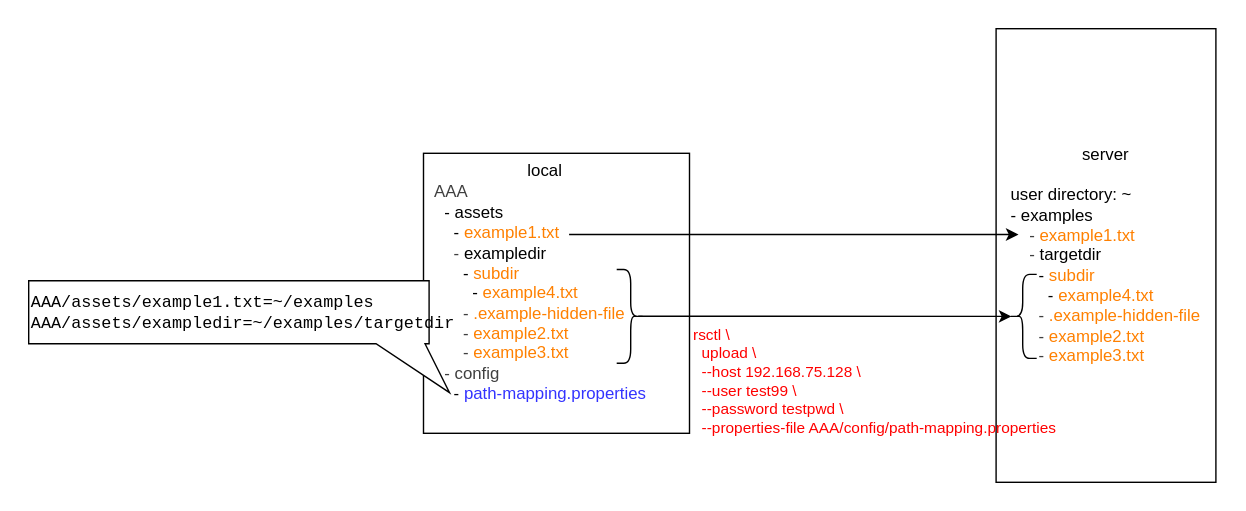
Earlier version of the draw.io export docs/assets/cmd/upload.svg (saidake/rhctl). Source tidied: cells renumbered, new cells last; positions are measured from the earlier drawing's top-left corner, leaving out a move shared by most shapes. The source it was exported from:
```xml
<mxGraphModel background="#FFFFFF">
  <root>
    <mxCell id="0" />
    <mxCell id="1" parent="0" />
    <mxCell id="2" value="&lt;span style=&quot;color: rgb(0, 0, 0);&quot;&gt;server&lt;/span&gt;&lt;div style=&quot;text-align: left;&quot;&gt;&lt;br&gt;&lt;/div&gt;&lt;div style=&quot;text-align: left;&quot;&gt;user directory: ~&lt;/div&gt;&lt;div&gt;&lt;div style=&quot;text-align: left;&quot;&gt;&lt;span style=&quot;background-color: transparent;&quot;&gt;- &lt;font style=&quot;color: rgb(0, 0, 0);&quot;&gt;examples&lt;/font&gt;&lt;/span&gt;&lt;/div&gt;&lt;div style=&quot;text-align: left;&quot;&gt;&lt;span style=&quot;background-color: transparent;&quot;&gt;&amp;nbsp; &amp;nbsp;&amp;nbsp;&lt;/span&gt;&lt;span style=&quot;color: rgb(63, 63, 63);&quot;&gt;-&amp;nbsp;&lt;/span&gt;&lt;span style=&quot;background-color: transparent;&quot;&gt;&lt;font style=&quot;color: rgb(255, 128, 0);&quot;&gt;example1.txt&lt;/font&gt;&lt;/span&gt;&lt;/div&gt;&lt;div style=&quot;text-align: left;&quot;&gt;&lt;span style=&quot;background-color: transparent;&quot;&gt;&lt;font style=&quot;color: rgb(255, 128, 0);&quot;&gt;&amp;nbsp; &amp;nbsp;&amp;nbsp;&lt;/font&gt;&lt;/span&gt;&lt;span style=&quot;color: rgb(63, 63, 63);&quot;&gt;-&amp;nbsp;&lt;/span&gt;&lt;span style=&quot;background-color: transparent;&quot;&gt;&lt;font style=&quot;color: rgb(0, 0, 0);&quot;&gt;targetdir&lt;/font&gt;&lt;/span&gt;&lt;/div&gt;&lt;/div&gt;&lt;div style=&quot;text-align: left;&quot;&gt;&lt;div style=&quot;color: rgb(63, 63, 63); scrollbar-color: rgb(226, 226, 226) rgb(251, 251, 251);&quot;&gt;&lt;span style=&quot;color: rgb(63, 63, 63); scrollbar-color: rgb(226, 226, 226) rgb(251, 251, 251); background-color: transparent;&quot;&gt;&lt;font style=&quot;scrollbar-color: rgb(226, 226, 226) rgb(251, 251, 251); color: rgb(0, 0, 0);&quot;&gt;&amp;nbsp; &amp;nbsp; &amp;nbsp; -&amp;nbsp;&lt;/font&gt;&lt;font style=&quot;scrollbar-color: rgb(226, 226, 226) rgb(251, 251, 251); color: rgb(255, 128, 0);&quot;&gt;subdir&lt;/font&gt;&lt;/span&gt;&lt;/div&gt;&lt;div style=&quot;color: rgb(63, 63, 63); scrollbar-color: rgb(226, 226, 226) rgb(251, 251, 251);&quot;&gt;&lt;span style=&quot;color: rgb(63, 63, 63); scrollbar-color: rgb(226, 226, 226) rgb(251, 251, 251); background-color: transparent;&quot;&gt;&lt;font style=&quot;scrollbar-color: rgb(226, 226, 226) rgb(251, 251, 251); color: rgb(0, 0, 0);&quot;&gt;&amp;nbsp; &amp;nbsp; &amp;nbsp; &amp;nbsp; -&amp;nbsp;&lt;/font&gt;&lt;font style=&quot;scrollbar-color: rgb(226, 226, 226) rgb(251, 251, 251); color: rgb(255, 128, 0);&quot;&gt;example4.txt&lt;/font&gt;&lt;/span&gt;&lt;/div&gt;&lt;div style=&quot;scrollbar-color: rgb(226, 226, 226) rgb(251, 251, 251);&quot;&gt;&lt;span style=&quot;color: rgb(63, 63, 63); scrollbar-color: rgb(226, 226, 226) rgb(251, 251, 251);&quot;&gt;&amp;nbsp; &amp;nbsp; &amp;nbsp; -&lt;/span&gt;&lt;span style=&quot;color: rgb(63, 63, 63); scrollbar-color: rgb(226, 226, 226) rgb(251, 251, 251); background-color: transparent;&quot;&gt;&amp;nbsp;&lt;/span&gt;&lt;span style=&quot;scrollbar-color: rgb(226, 226, 226) rgb(251, 251, 251); background-color: transparent; color: rgb(63, 63, 63);&quot;&gt;&lt;font style=&quot;color: rgb(255, 128, 0);&quot;&gt;.example-hidden-file&lt;/font&gt;&lt;/span&gt;&lt;/div&gt;&lt;div style=&quot;scrollbar-color: rgb(226, 226, 226) rgb(251, 251, 251);&quot;&gt;&lt;span style=&quot;color: rgb(63, 63, 63); scrollbar-color: rgb(226, 226, 226) rgb(251, 251, 251); background-color: transparent;&quot;&gt;&amp;nbsp; &amp;nbsp; &amp;nbsp; -&amp;nbsp;&lt;/span&gt;&lt;span style=&quot;scrollbar-color: rgb(226, 226, 226) rgb(251, 251, 251); background-color: transparent;&quot;&gt;&lt;font style=&quot;color: rgb(255, 128, 0);&quot;&gt;example2.txt&lt;/font&gt;&lt;/span&gt;&lt;/div&gt;&lt;div style=&quot;scrollbar-color: rgb(226, 226, 226) rgb(251, 251, 251);&quot;&gt;&lt;span style=&quot;color: rgb(63, 63, 63); scrollbar-color: rgb(226, 226, 226) rgb(251, 251, 251); background-color: transparent;&quot;&gt;&amp;nbsp; &amp;nbsp; &amp;nbsp; -&amp;nbsp;&lt;/span&gt;&lt;span style=&quot;scrollbar-color: rgb(226, 226, 226) rgb(251, 251, 251); background-color: transparent;&quot;&gt;&lt;font style=&quot;color: rgb(255, 128, 0);&quot;&gt;example3.txt&lt;/font&gt;&lt;/span&gt;&lt;/div&gt;&lt;/div&gt;" style="rounded=0;whiteSpace=wrap;html=1;fillColor=#FFFFFF;" parent="1" vertex="1">
      <mxGeometry x="691" width="157" height="324" as="geometry" />
    </mxCell>
    <mxCell id="3" value="&lt;div&gt;&lt;br&gt;&lt;/div&gt;&lt;div&gt;&amp;nbsp; &lt;span style=&quot;color: rgb(63, 63, 63); background-color: transparent;&quot;&gt;AAA&lt;/span&gt;&lt;/div&gt;&lt;div&gt;&amp;nbsp; &amp;nbsp; - assets&lt;/div&gt;&lt;div&gt;&amp;nbsp; &amp;nbsp; &amp;nbsp; - &lt;font style=&quot;color: rgb(255, 128, 0);&quot;&gt;example1.txt&lt;/font&gt;&lt;/div&gt;&lt;div&gt;&lt;font style=&quot;color: rgb(255, 128, 0);&quot;&gt;&amp;nbsp; &amp;nbsp; &amp;nbsp;&amp;nbsp;&lt;/font&gt;&lt;span style=&quot;color: rgb(63, 63, 63); background-color: transparent;&quot;&gt;- &lt;/span&gt;&lt;span style=&quot;background-color: transparent;&quot;&gt;&lt;font style=&quot;color: rgb(0, 0, 0);&quot;&gt;exampledir&lt;/font&gt;&lt;/span&gt;&lt;/div&gt;&lt;div&gt;&lt;span style=&quot;background-color: transparent;&quot;&gt;&lt;font style=&quot;color: rgb(0, 0, 0);&quot;&gt;&amp;nbsp; &amp;nbsp; &amp;nbsp; &amp;nbsp; - &lt;/font&gt;&lt;font style=&quot;color: rgb(255, 128, 0);&quot;&gt;subdir&lt;/font&gt;&lt;/span&gt;&lt;/div&gt;&lt;div&gt;&lt;span style=&quot;background-color: transparent;&quot;&gt;&lt;font style=&quot;color: rgb(0, 0, 0);&quot;&gt;&amp;nbsp; &amp;nbsp; &amp;nbsp; &amp;nbsp; &amp;nbsp; - &lt;/font&gt;&lt;font style=&quot;color: rgb(255, 128, 0);&quot;&gt;example4.txt&lt;/font&gt;&lt;/span&gt;&lt;/div&gt;&lt;div&gt;&lt;span style=&quot;color: rgb(63, 63, 63);&quot;&gt;&amp;nbsp; &amp;nbsp; &amp;nbsp; &amp;nbsp; -&lt;/span&gt;&lt;span style=&quot;background-color: transparent;&quot;&gt;&lt;font style=&quot;color: rgb(255, 128, 0);&quot;&gt;&amp;nbsp;.example-hidden-file&lt;/font&gt;&lt;/span&gt;&lt;/div&gt;&lt;div&gt;&lt;span style=&quot;color: rgb(63, 63, 63); background-color: transparent;&quot;&gt;&amp;nbsp; &amp;nbsp; &amp;nbsp; &amp;nbsp; - &lt;/span&gt;&lt;span style=&quot;background-color: transparent;&quot;&gt;&lt;font style=&quot;color: rgb(255, 128, 0);&quot;&gt;example2.txt&lt;/font&gt;&lt;/span&gt;&lt;/div&gt;&lt;div&gt;&lt;span style=&quot;color: rgb(63, 63, 63); background-color: transparent;&quot;&gt;&amp;nbsp; &amp;nbsp; &amp;nbsp; &amp;nbsp; - &lt;/span&gt;&lt;span style=&quot;background-color: transparent;&quot;&gt;&lt;font style=&quot;color: rgb(255, 128, 0);&quot;&gt;example3.txt&lt;/font&gt;&lt;/span&gt;&lt;/div&gt;&lt;div&gt;&lt;span style=&quot;color: rgb(63, 63, 63); background-color: transparent;&quot;&gt;&amp;nbsp; &amp;nbsp; - config&lt;/span&gt;&lt;/div&gt;&lt;div&gt;&amp;nbsp; &amp;nbsp; &amp;nbsp; - &lt;font style=&quot;color: rgb(51, 51, 255);&quot;&gt;path-mapping.properties&lt;/font&gt;&lt;/div&gt;&lt;div&gt;&lt;br&gt;&lt;/div&gt;" style="rounded=0;whiteSpace=wrap;html=1;align=left;fillColor=#FFFFFF;" parent="1" vertex="1">
      <mxGeometry x="282" y="89" width="190" height="200" as="geometry" />
    </mxCell>
    <mxCell id="4" style="shape=curlyBracket;whiteSpace=wrap;html=1;rounded=1;flipH=1;labelPosition=right;verticalLabelPosition=middle;align=left;verticalAlign=middle;size=0.5;" parent="1" vertex="1">
      <mxGeometry x="420" y="172" width="20" height="67" as="geometry" />
    </mxCell>
    <mxCell id="5" style="endArrow=classic;html=1;exitX=0.23;exitY=0.498;exitDx=0;exitDy=0;exitPerimeter=0;entryX=0.1;entryY=0.5;entryDx=0;entryDy=0;entryPerimeter=0;" parent="1" edge="1" source="4" target="8">
      <mxGeometry relative="1" as="geometry" />
    </mxCell>
    <mxCell id="6" value="&lt;div&gt;&lt;font style=&quot;color: rgb(255, 0, 0);&quot;&gt;rsctl \&lt;/font&gt;&lt;/div&gt;&lt;div&gt;&lt;font style=&quot;color: rgb(255, 0, 0);&quot;&gt;&amp;nbsp; upload \&lt;/font&gt;&lt;/div&gt;&lt;div&gt;&lt;font style=&quot;color: rgb(255, 0, 0);&quot;&gt;&amp;nbsp; --host 192.168.75.128 \&lt;/font&gt;&lt;/div&gt;&lt;div&gt;&lt;font style=&quot;color: rgb(255, 0, 0);&quot;&gt;&amp;nbsp; --user test99 \&lt;/font&gt;&lt;/div&gt;&lt;div&gt;&lt;font style=&quot;color: rgb(255, 0, 0);&quot;&gt;&amp;nbsp; --password testpwd \&lt;/font&gt;&lt;/div&gt;&lt;div&gt;&lt;font style=&quot;color: rgb(255, 0, 0);&quot;&gt;&amp;nbsp; --properties-file AAA/config/path-mapping.properties&lt;/font&gt;&lt;/div&gt;" style="edgeLabel;html=1;align=left;verticalAlign=middle;labelBackgroundColor=none;" parent="5" vertex="1">
      <mxGeometry x="-0.07" relative="1" as="geometry">
        <mxPoint x="-87" y="46" as="offset" />
      </mxGeometry>
    </mxCell>
    <mxCell id="7" value="&lt;pre&gt;&lt;font style=&quot;color: rgb(0, 0, 0);&quot;&gt;AAA/assets/example1.txt=~/examples&lt;br&gt;AAA/assets/exampledir=~/examples/targetdir&lt;/font&gt;&lt;/pre&gt;" style="whiteSpace=wrap;html=1;shape=mxgraph.basic.rectCallout;dx=20.4;dy=35;boundedLbl=1;align=left;flipH=1;flipV=0;fillColor=#FFFFFF;" parent="1" vertex="1">
      <mxGeometry y="180" width="286" height="80" as="geometry" />
    </mxCell>
    <mxCell id="8" style="shape=curlyBracket;whiteSpace=wrap;html=1;rounded=1;labelPosition=left;verticalLabelPosition=middle;align=right;verticalAlign=middle;size=0.5;" parent="1" vertex="1">
      <mxGeometry x="700" y="175.5" width="20" height="60" as="geometry" />
    </mxCell>
    <mxCell id="9" style="endArrow=classic;html=1;" parent="1" edge="1">
      <mxGeometry relative="1" as="geometry">
        <mxPoint x="386" y="147" as="sourcePoint" />
        <mxPoint x="707" y="147" as="targetPoint" />
      </mxGeometry>
    </mxCell>
    <mxCell id="10" value="local" style="text;html=1;align=center;verticalAlign=middle;whiteSpace=wrap;rounded=0;" parent="1" vertex="1">
      <mxGeometry x="339" y="87" width="60" height="30" as="geometry" />
    </mxCell>
  </root>
</mxGraphModel>
```
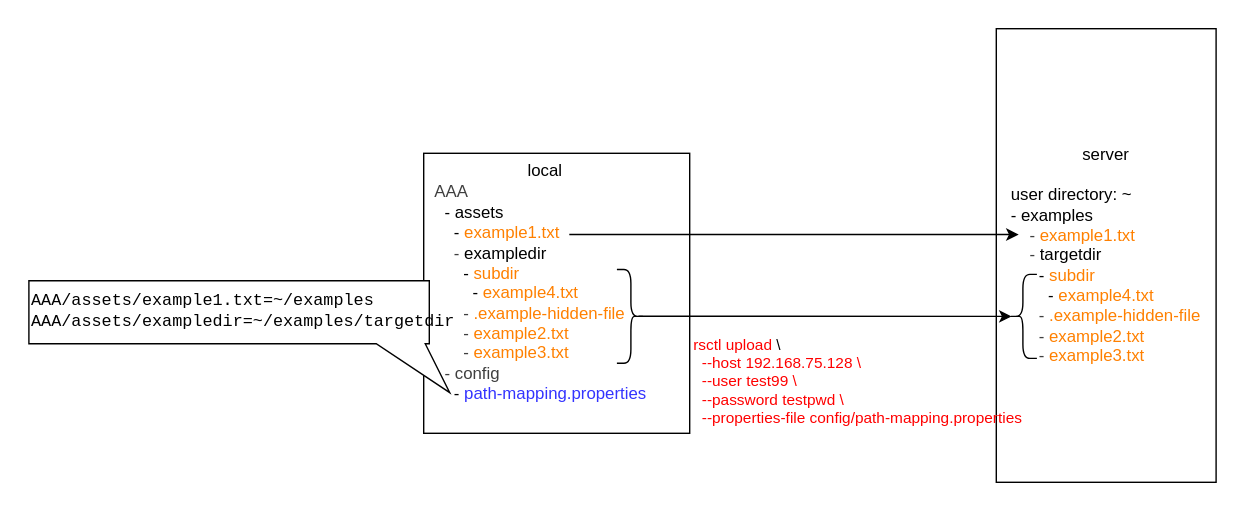
The same file after the commit.

Commit message:
[README] doc: Add SSH auth setup and fix path-mapping examples

The edit, as a diff of the source:
```diff
@@ -14,7 +14,7 @@
     <mxCell id="5" style="endArrow=classic;html=1;exitX=0.23;exitY=0.498;exitDx=0;exitDy=0;exitPerimeter=0;entryX=0.1;entryY=0.5;entryDx=0;entryDy=0;entryPerimeter=0;" parent="1" edge="1" source="4" target="8">
       <mxGeometry relative="1" as="geometry" />
     </mxCell>
-    <mxCell id="6" value="&lt;div&gt;&lt;font style=&quot;color: rgb(255, 0, 0);&quot;&gt;rsctl \&lt;/font&gt;&lt;/div&gt;&lt;div&gt;&lt;font style=&quot;color: rgb(255, 0, 0);&quot;&gt;&amp;nbsp; upload \&lt;/font&gt;&lt;/div&gt;&lt;div&gt;&lt;font style=&quot;color: rgb(255, 0, 0);&quot;&gt;&amp;nbsp; --host 192.168.75.128 \&lt;/font&gt;&lt;/div&gt;&lt;div&gt;&lt;font style=&quot;color: rgb(255, 0, 0);&quot;&gt;&amp;nbsp; --user test99 \&lt;/font&gt;&lt;/div&gt;&lt;div&gt;&lt;font style=&quot;color: rgb(255, 0, 0);&quot;&gt;&amp;nbsp; --password testpwd \&lt;/font&gt;&lt;/div&gt;&lt;div&gt;&lt;font style=&quot;color: rgb(255, 0, 0);&quot;&gt;&amp;nbsp; --properties-file AAA/config/path-mapping.properties&lt;/font&gt;&lt;/div&gt;" style="edgeLabel;html=1;align=left;verticalAlign=middle;labelBackgroundColor=none;" parent="5" vertex="1">
+    <mxCell id="6" value="&lt;div&gt;&lt;font style=&quot;color: rgb(255, 0, 0);&quot;&gt;rsctl &lt;/font&gt;&lt;span style=&quot;background-color: transparent;&quot;&gt;&lt;font style=&quot;color: rgb(255, 0, 0);&quot;&gt;upload &lt;/font&gt;\&lt;/span&gt;&lt;/div&gt;&lt;div&gt;&lt;font style=&quot;color: rgb(255, 0, 0);&quot;&gt;&amp;nbsp; --host 192.168.75.128 \&lt;/font&gt;&lt;/div&gt;&lt;div&gt;&lt;font style=&quot;color: rgb(255, 0, 0);&quot;&gt;&amp;nbsp; --user test99 \&lt;/font&gt;&lt;/div&gt;&lt;div&gt;&lt;font style=&quot;color: rgb(255, 0, 0);&quot;&gt;&amp;nbsp; --password testpwd \&lt;/font&gt;&lt;/div&gt;&lt;div&gt;&lt;font style=&quot;color: rgb(255, 0, 0);&quot;&gt;&amp;nbsp; --properties-file config/path-mapping.properties&lt;/font&gt;&lt;/div&gt;" style="edgeLabel;html=1;align=left;verticalAlign=middle;labelBackgroundColor=none;" parent="5" vertex="1">
       <mxGeometry x="-0.07" relative="1" as="geometry">
         <mxPoint x="-87" y="46" as="offset" />
       </mxGeometry>
```
